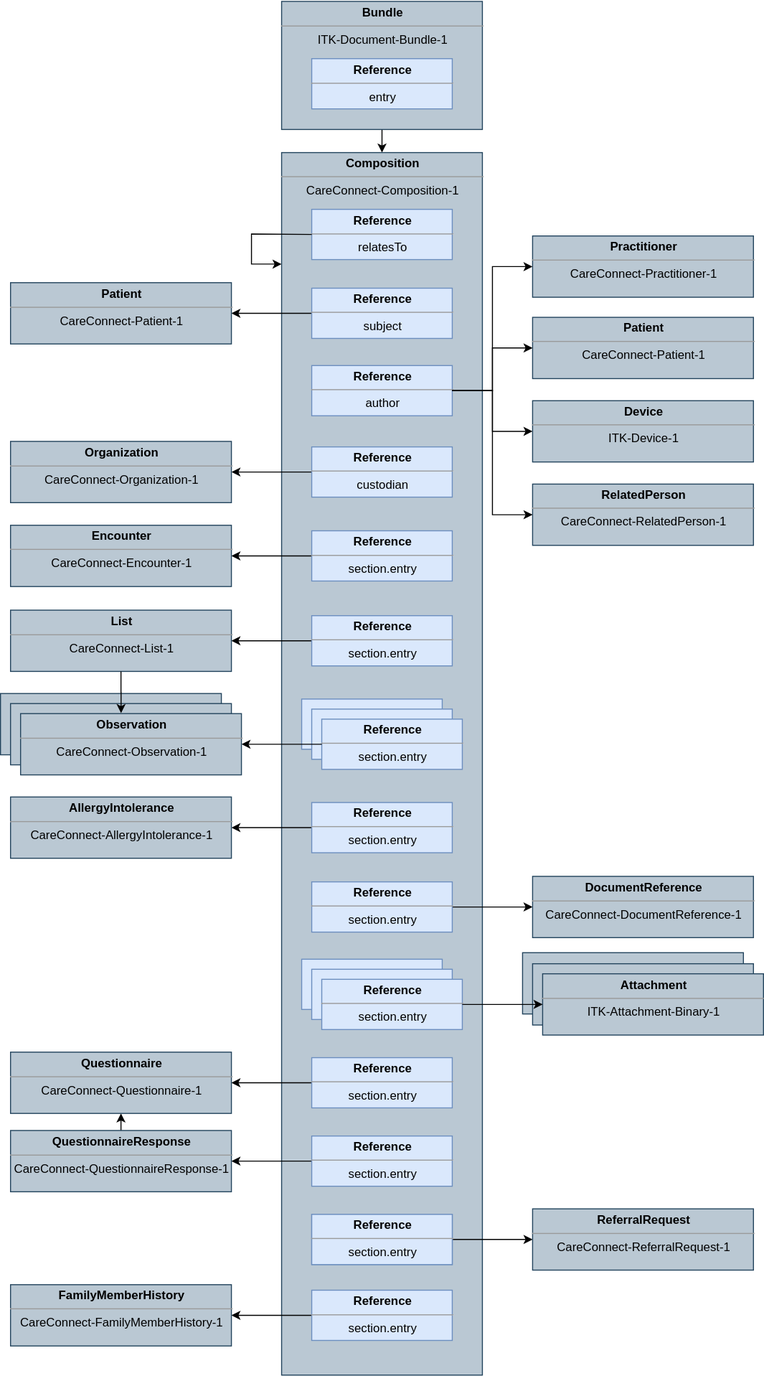
nhsconnect/gpconnect-messaging keeps this draw.io diagram as images/senddocument/payload.svg. Above is the earlier version. Source tidied: cells renumbered, new cells last; positions are measured from the earlier drawing's top-left corner, leaving out a move shared by most shapes.
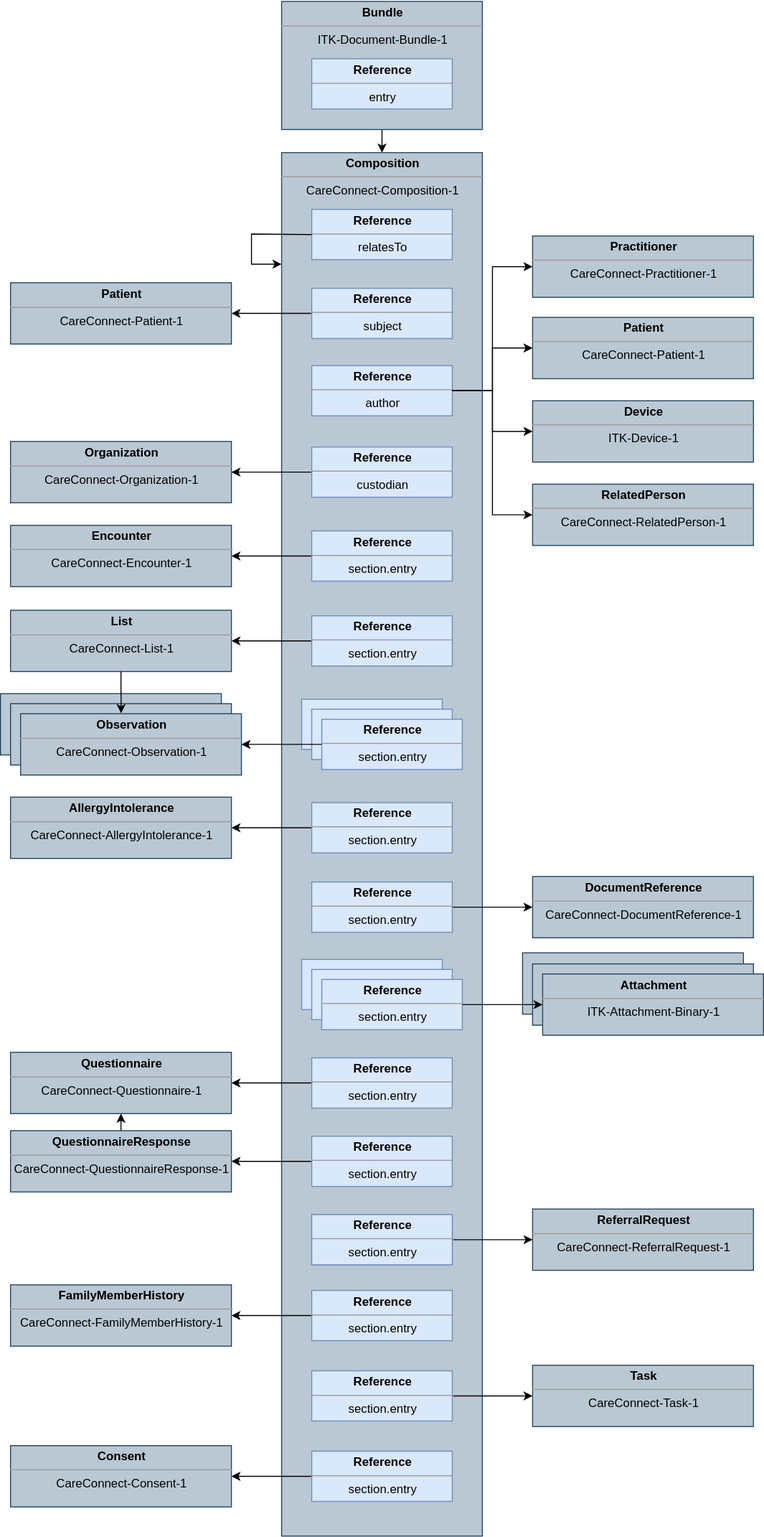
Above is the later version.

Commit message:
Uplifted payload

Change to the diagram source:
```diff
@@ -12,7 +12,7 @@
       <mxGeometry x="310" y="57.5" width="140" height="50" as="geometry" />
     </mxCell>
     <mxCell id="5" value="&lt;p style=&quot;margin: 0px ; margin-top: 4px ; text-align: center&quot;&gt;&lt;b&gt;Composition&lt;/b&gt;&lt;/p&gt;&lt;hr size=&quot;1&quot; style=&quot;text-align: center&quot;&gt;&lt;div style=&quot;text-align: center ; height: 2px&quot;&gt;CareConnect-&lt;span&gt;Composition-1&lt;/span&gt;&lt;/div&gt;" style="verticalAlign=top;align=left;overflow=fill;fontSize=12;fontFamily=Helvetica;html=1;fillColor=#bac8d3;strokeColor=#23445d;" parent="1" vertex="1">
-      <mxGeometry x="280" y="151" width="200" height="1217" as="geometry" />
+      <mxGeometry x="280" y="151" width="200" height="1377" as="geometry" />
     </mxCell>
     <mxCell id="6" value="&lt;p style=&quot;margin: 0px ; margin-top: 4px ; text-align: center&quot;&gt;&lt;b&gt;Reference&lt;/b&gt;&lt;/p&gt;&lt;hr size=&quot;1&quot;&gt;&lt;div style=&quot;text-align: center ; height: 2px&quot;&gt;relatesTo&lt;/div&gt;" style="verticalAlign=top;align=left;overflow=fill;fontSize=12;fontFamily=Helvetica;html=1;fillColor=#dae8fc;strokeColor=#6c8ebf;" parent="1" vertex="1">
       <mxGeometry x="310" y="207.5" width="140" height="50" as="geometry" />
@@ -214,5 +214,25 @@
     <mxCell id="68" style="edgeStyle=orthogonalEdgeStyle;rounded=0;jettySize=auto;html=1;entryX=0;entryY=0.5;entryDx=0;entryDy=0;" parent="1" edge="1" source="31" target="67">
       <mxGeometry relative="1" as="geometry" />
     </mxCell>
+    <mxCell id="69" style="edgeStyle=orthogonalEdgeStyle;rounded=0;jettySize=auto;html=1;exitX=1;exitY=0.5;exitDx=0;exitDy=0;" parent="1" edge="1" target="70">
+      <mxGeometry relative="1" as="geometry">
+        <mxPoint x="450" y="1388.5" as="sourcePoint" />
+      </mxGeometry>
+    </mxCell>
+    <mxCell id="70" value="&lt;p style=&quot;margin: 0px ; margin-top: 4px ; text-align: center&quot;&gt;&lt;b&gt;Task&lt;/b&gt;&lt;/p&gt;&lt;hr size=&quot;1&quot; style=&quot;text-align: center&quot;&gt;&lt;div style=&quot;text-align: center ; height: 2px&quot;&gt;CareConnect-Task-1&lt;/div&gt;" style="verticalAlign=top;align=left;overflow=fill;fontSize=12;fontFamily=Helvetica;html=1;fillColor=#bac8d3;strokeColor=#23445d;" parent="1" vertex="1">
+      <mxGeometry x="530" y="1358" width="220" height="61" as="geometry" />
+    </mxCell>
+    <mxCell id="71" value="&lt;p style=&quot;margin: 0px ; margin-top: 4px ; text-align: center&quot;&gt;&lt;b&gt;Reference&lt;/b&gt;&lt;/p&gt;&lt;hr size=&quot;1&quot;&gt;&lt;div style=&quot;text-align: center ; height: 2px&quot;&gt;section.entry&lt;/div&gt;" style="verticalAlign=top;align=left;overflow=fill;fontSize=12;fontFamily=Helvetica;html=1;fillColor=#dae8fc;strokeColor=#6c8ebf;" parent="1" vertex="1">
+      <mxGeometry x="310" y="1363.5" width="140" height="50" as="geometry" />
+    </mxCell>
+    <mxCell id="72" style="edgeStyle=orthogonalEdgeStyle;rounded=0;jettySize=auto;html=1;exitX=0;exitY=0.5;exitDx=0;exitDy=0;" parent="1" edge="1" source="73" target="74">
+      <mxGeometry relative="1" as="geometry" />
+    </mxCell>
+    <mxCell id="73" value="&lt;p style=&quot;margin: 0px ; margin-top: 4px ; text-align: center&quot;&gt;&lt;b&gt;Reference&lt;/b&gt;&lt;/p&gt;&lt;hr size=&quot;1&quot;&gt;&lt;div style=&quot;text-align: center ; height: 2px&quot;&gt;section.entry&lt;/div&gt;" style="verticalAlign=top;align=left;overflow=fill;fontSize=12;fontFamily=Helvetica;html=1;fillColor=#dae8fc;strokeColor=#6c8ebf;" parent="1" vertex="1">
+      <mxGeometry x="310" y="1443.5" width="140" height="50" as="geometry" />
+    </mxCell>
+    <mxCell id="74" value="&lt;p style=&quot;margin: 0px ; margin-top: 4px ; text-align: center&quot;&gt;&lt;b&gt;Consent&lt;/b&gt;&lt;br&gt;&lt;/p&gt;&lt;hr size=&quot;1&quot; style=&quot;text-align: center&quot;&gt;&lt;div style=&quot;text-align: center ; height: 2px&quot;&gt;CareConnect-Consent-1&lt;/div&gt;" style="verticalAlign=top;align=left;overflow=fill;fontSize=12;fontFamily=Helvetica;html=1;fillColor=#bac8d3;strokeColor=#23445d;" parent="1" vertex="1">
+      <mxGeometry x="10" y="1438" width="220" height="61" as="geometry" />
+    </mxCell>
   </root>
 </mxGraphModel>
```
